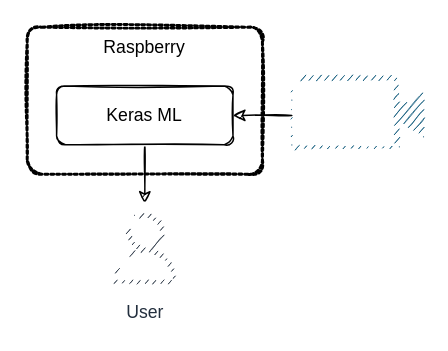
The draw.io diagram docs/arch.drawio in PietroJominiITIS/trash-sorter, before the edit. Source tidied: cells renumbered, new cells numbered last; positions are measured from the earlier drawing's top-left corner, leaving out a move shared by most shapes. Both pictures are drawn from the tidied source at 147%, with x=0, y=0 at pixel (26, 26).
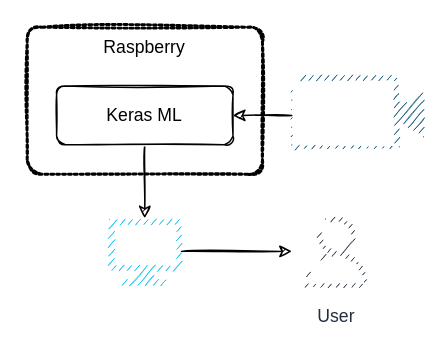
Above is the later version.

What changed in the source:
```diff
@@
 <mxGraphModel background="#ffffff">
   <root>
     <mxCell id="0" />
     <mxCell id="1" parent="0" />
     <mxCell id="2" value="Raspberry" style="arcSize=10;dashed=1;fillColor=none;gradientColor=none;dashPattern=1 1;strokeWidth=2;verticalAlign=top;sketch=1;rounded=1;" parent="1" vertex="1">
       <mxGeometry width="160" height="100" as="geometry" />
     </mxCell>
-    <mxCell id="3" style="edgeStyle=orthogonalEdgeStyle;jettySize=auto;html=1;exitX=0.5;exitY=1;exitDx=0;exitDy=0;sketch=1;" parent="1" edge="1" source="4" target="7">
-      <mxGeometry relative="1" as="geometry">
-        <Array as="points">
-          <mxPoint x="80" y="120" />
-        </Array>
-      </mxGeometry>
-    </mxCell>
+    <mxCell id="8" style="edgeStyle=orthogonalEdgeStyle;rounded=0;sketch=1;jettySize=auto;html=1;exitX=0.5;exitY=1;exitDx=0;exitDy=0;entryX=0.5;entryY=0;entryDx=0;entryDy=0;entryPerimeter=0;" parent="1" edge="1" source="4" target="10">
+      <mxGeometry relative="1" as="geometry" />
+    </mxCell>
     <mxCell id="4" value="Keras ML" style="whiteSpace=wrap;html=1;sketch=1;rounded=1;" parent="1" vertex="1">
       <mxGeometry x="20" y="40" width="120" height="40" as="geometry" />
     </mxCell>
     <mxCell id="5" style="edgeStyle=orthogonalEdgeStyle;jettySize=auto;html=1;sketch=1;" parent="1" edge="1" source="6" target="4">
       <mxGeometry relative="1" as="geometry" />
     </mxCell>
     <mxCell id="6" style="points=[[0,0.5,0],[0.19,0.02,0],[0.59,0,0],[0.985,0.02,0],[1,0.5,0],[0.985,0.98,0],[0.59,1,0],[0.19,0.98,0]];verticalLabelPosition=bottom;html=1;verticalAlign=top;align=center;shape=mxgraph.cisco19.camera;fillColor=#005073;strokeColor=none;direction=west;sketch=1;rounded=1;" parent="1" vertex="1">
       <mxGeometry x="180" y="35" width="90" height="50" as="geometry" />
     </mxCell>
     <mxCell id="7" value="User" style="outlineConnect=0;fontColor=#232F3E;gradientColor=none;strokeColor=#232F3E;fillColor=#ffffff;dashed=0;verticalLabelPosition=bottom;verticalAlign=top;align=center;html=1;fontSize=12;fontStyle=0;shape=mxgraph.aws4.resourceIcon;resIcon=mxgraph.aws4.user;sketch=1;rounded=1;" parent="1" vertex="1">
-      <mxGeometry x="50" y="120" width="60" height="60" as="geometry" />
+      <mxGeometry x="180" y="122.5" width="60" height="60" as="geometry" />
     </mxCell>
+    <mxCell id="9" style="edgeStyle=orthogonalEdgeStyle;rounded=0;sketch=1;jettySize=auto;html=1;" parent="1" edge="1" source="10" target="7">
+      <mxGeometry relative="1" as="geometry" />
+    </mxCell>
+    <mxCell id="10" style="verticalLabelPosition=bottom;html=1;verticalAlign=top;align=center;strokeColor=none;fillColor=#00BEF2;shape=mxgraph.azure.computer;sketch=1;rounded=1;" parent="1" vertex="1">
+      <mxGeometry x="55" y="130" width="50" height="45" as="geometry" />
+    </mxCell>
   </root>
 </mxGraphModel>
```
